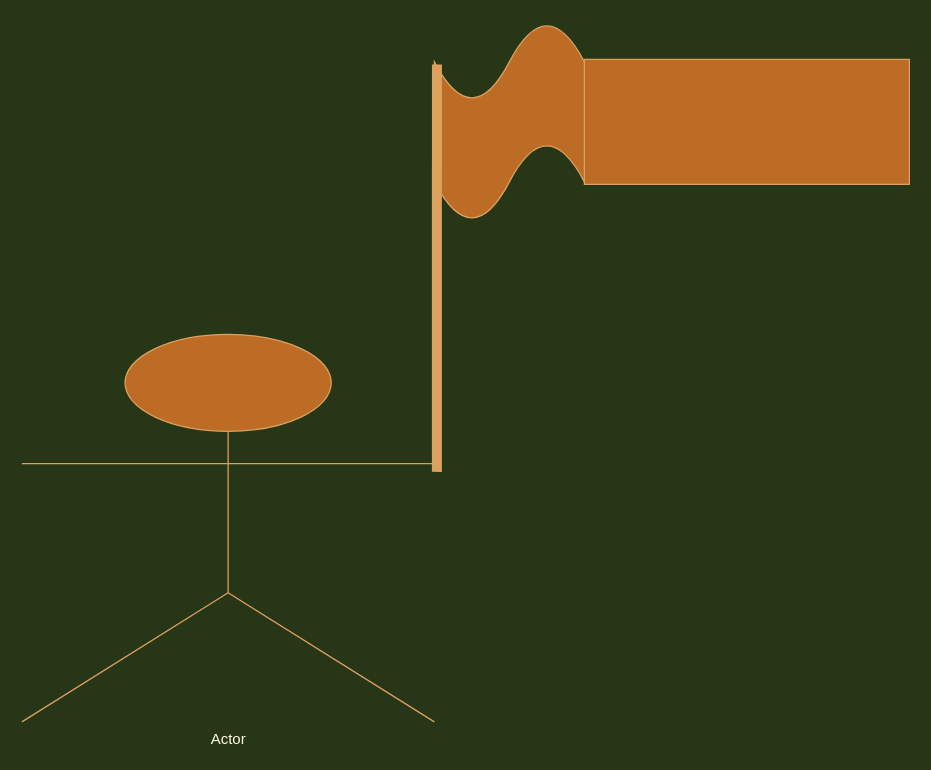
Before: Untitled Diagram.drawio in Irresjeny/umltest1, a draw.io diagram. Source tidied: cells renumbered, new cells numbered last; positions are measured from the earlier drawing's top-left corner, leaving out a move shared by most shapes. Both pictures are drawn from the tidied source at 125%, with x=0, y=0 at pixel (21, 21).
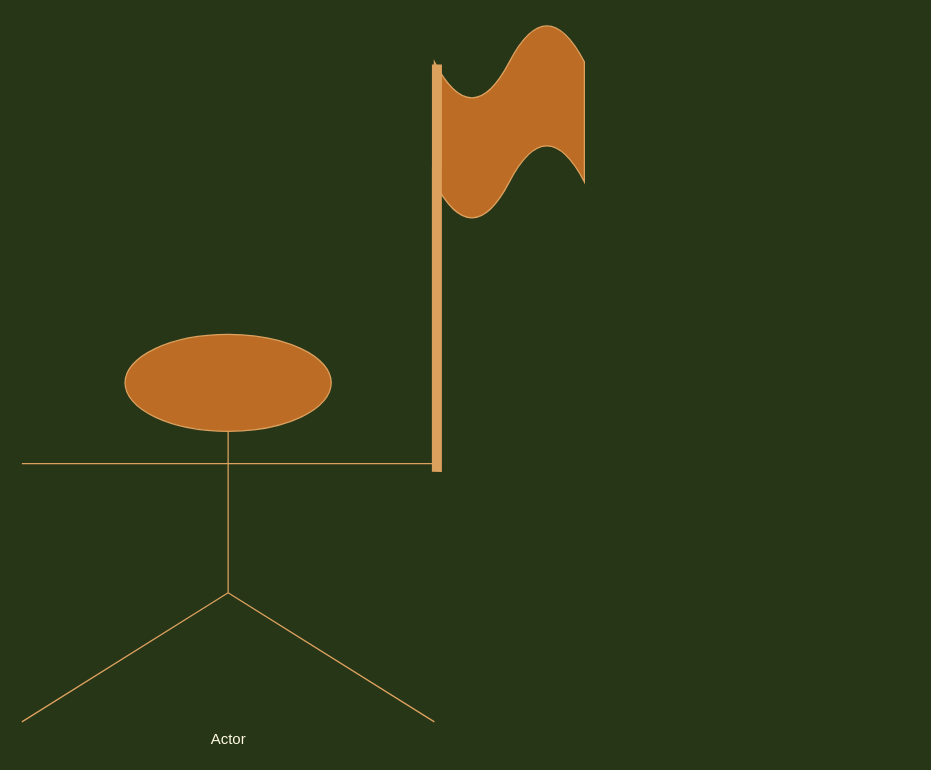
Above is the later version.

The edit, as a diff of the source:
```diff
@@
 <mxGraphModel background="#283618">
   <root>
     <mxCell id="0" />
     <mxCell id="1" parent="0" />
-    <mxCell id="2" style="rounded=0;whiteSpace=wrap;html=1;sketch=0;fontColor=#FEFAE0;strokeColor=#DDA15E;fillColor=#BC6C25;" parent="1" vertex="1">
-      <mxGeometry x="450" y="30" width="260" height="100" as="geometry" />
-    </mxCell>
     <mxCell id="3" style="shape=tape;whiteSpace=wrap;html=1;rounded=0;sketch=0;fontColor=#FEFAE0;strokeColor=#DDA15E;fillColor=#BC6C25;" parent="1" vertex="1">
       <mxGeometry x="330" width="120" height="160" as="geometry" />
     </mxCell>
     <mxCell id="4" style="endArrow=none;html=1;fontColor=#FEFAE0;strokeColor=#DDA15E;strokeWidth=8;fillColor=#BC6C25;entryX=0.017;entryY=0.213;entryDx=0;entryDy=0;entryPerimeter=0;labelBackgroundColor=#283618;" parent="1" edge="1" target="3">
       <mxGeometry relative="1" as="geometry">
         <mxPoint x="332" y="360" as="sourcePoint" />
       </mxGeometry>
     </mxCell>
     <mxCell id="5" value="Actor" style="shape=umlActor;verticalLabelPosition=bottom;verticalAlign=top;html=1;rounded=0;sketch=0;fontColor=#FEFAE0;strokeColor=#DDA15E;fillColor=#BC6C25;" parent="1" vertex="1">
       <mxGeometry y="250" width="330" height="310" as="geometry" />
     </mxCell>
   </root>
 </mxGraphModel>
```
